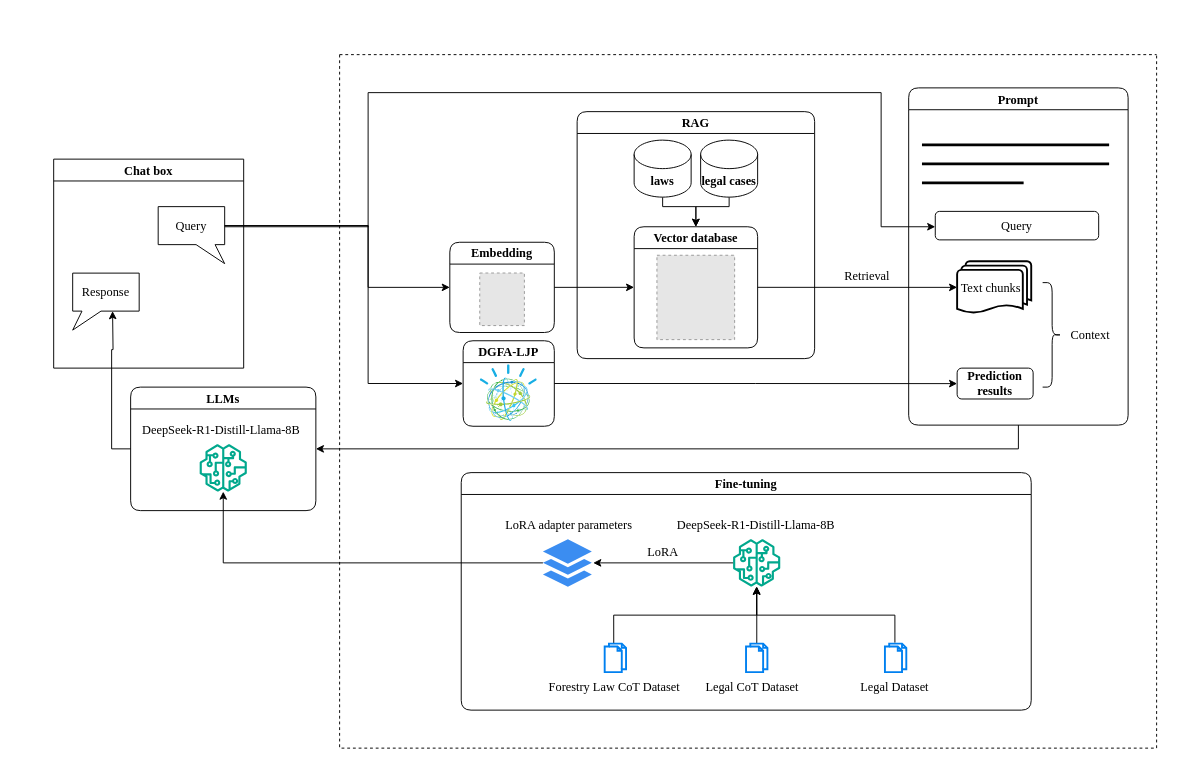
Earlier version of the draw.io diagram 未命名绘图.drawio (ArThur-Te/2025-21408). Source tidied: cells renumbered, new cells numbered last; positions are measured from the earlier drawing's top-left corner, leaving out a move shared by most shapes. Both pictures are drawn from the tidied source at 95%, with x=0, y=0 at pixel (16, 16). Pictures stored in the file or linked from it are replaced by grey dashed boxes.
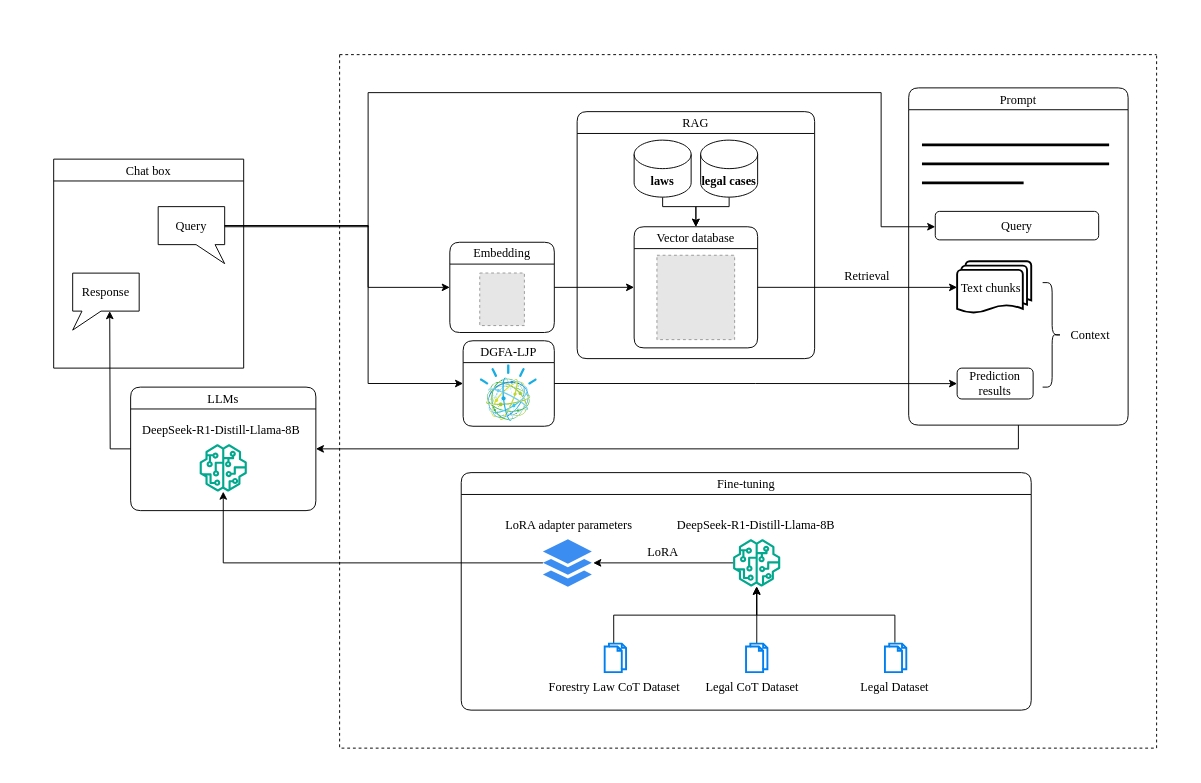
Above is the later version.

Commit message (it also covers changes not shown here):
更新未命名绘图.drawio

Unchanged cells that the change refers to:
```xml
<mxCell id="5" style="swimlane;startSize=0;dashed=1;fontFamily=Times New Roman;fontSize=13;" parent="1" vertex="1">
  <mxGeometry x="340" y="40" width="860" height="730" as="geometry" />
</mxCell>
<mxCell id="12" style="swimlane;startSize=0;strokeWidth=0;strokeColor=none;fontFamily=Times New Roman;fontSize=13;" parent="1" vertex="1">
  <mxGeometry width="1230" height="790" as="geometry" />
</mxCell>
```

What changed in the source:
```diff
@@
-    <mxCell id="2" value="Chat box" style="swimlane;whiteSpace=wrap;html=1;fontFamily=Times New Roman;fontSize=13;" parent="1" vertex="1">
+    <mxCell id="2" value="&lt;span style=&quot;font-weight: normal;&quot;&gt;Chat box&lt;/span&gt;" style="swimlane;whiteSpace=wrap;html=1;fontFamily=Times New Roman;fontSize=13;" parent="1" vertex="1">
       <mxGeometry x="39" y="150" width="200" height="220" as="geometry" />
     </mxCell>
@@
-    <mxCell id="6" value="Prompt" style="swimlane;whiteSpace=wrap;html=1;rounded=1;glass=0;fontFamily=Times New Roman;fontSize=13;" parent="5" vertex="1">
+    <mxCell id="6" value="&lt;span style=&quot;font-weight: normal;&quot;&gt;Prompt&lt;/span&gt;" style="swimlane;whiteSpace=wrap;html=1;rounded=1;glass=0;fontFamily=Times New Roman;fontSize=13;" parent="5" vertex="1">
       <mxGeometry x="599" y="35" width="231" height="355" as="geometry" />
     </mxCell>
@@
-    <mxCell id="14" value="DGFA-LJP" style="swimlane;whiteSpace=wrap;html=1;rounded=1;glass=0;fontFamily=Times New Roman;fontSize=13;" parent="12" vertex="1">
+    <mxCell id="14" value="&lt;span style=&quot;font-weight: normal;&quot;&gt;DGFA-LJP&lt;/span&gt;" style="swimlane;whiteSpace=wrap;html=1;rounded=1;glass=0;fontFamily=Times New Roman;fontSize=13;startSize=23;" parent="12" vertex="1">
       <mxGeometry x="470" y="341.2" width="96" height="90" as="geometry" />
     </mxCell>
@@
-    <mxCell id="16" value="RAG" style="swimlane;whiteSpace=wrap;html=1;rounded=1;glass=0;fontFamily=Times New Roman;fontSize=13;" parent="12" vertex="1">
+    <mxCell id="16" value="&lt;span style=&quot;font-weight: normal;&quot;&gt;RAG&lt;/span&gt;" style="swimlane;whiteSpace=wrap;html=1;rounded=1;glass=0;fontFamily=Times New Roman;fontSize=13;startSize=23;" parent="12" vertex="1">
       <mxGeometry x="590" y="100" width="250" height="260" as="geometry" />
     </mxCell>
-    <mxCell id="17" value="Vector database" style="swimlane;whiteSpace=wrap;html=1;rounded=1;glass=0;fontFamily=Times New Roman;fontSize=13;" parent="16" vertex="1">
+    <mxCell id="17" value="&lt;span style=&quot;font-weight: normal;&quot;&gt;Vector database&lt;/span&gt;" style="swimlane;whiteSpace=wrap;html=1;rounded=1;glass=0;fontFamily=Times New Roman;fontSize=13;" parent="16" vertex="1">
       <mxGeometry x="60" y="121.2" width="130" height="127.5" as="geometry" />
     </mxCell>
@@
-    <mxCell id="23" value="Prediction results" style="whiteSpace=wrap;html=1;fontStyle=1;startSize=23;rounded=1;glass=0;fontFamily=Times New Roman;fontSize=13;" parent="12" vertex="1">
+    <mxCell id="23" value="&lt;span style=&quot;font-weight: normal;&quot;&gt;Prediction results&lt;/span&gt;" style="whiteSpace=wrap;html=1;fontStyle=1;startSize=23;rounded=1;glass=0;fontFamily=Times New Roman;fontSize=13;" parent="12" vertex="1">
       <mxGeometry x="990" y="370" width="80" height="32.5" as="geometry" />
     </mxCell>
@@
-    <mxCell id="26" value="Embedding" style="swimlane;whiteSpace=wrap;html=1;rounded=1;glass=0;fontFamily=Times New Roman;fontSize=13;" parent="12" vertex="1">
+    <mxCell id="26" value="&lt;span style=&quot;font-weight: normal;&quot;&gt;Embedding&lt;/span&gt;" style="swimlane;whiteSpace=wrap;html=1;rounded=1;glass=0;fontFamily=Times New Roman;fontSize=13;" parent="12" vertex="1">
       <mxGeometry x="456" y="237.5" width="110" height="95" as="geometry" />
     </mxCell>
@@
-    <mxCell id="31" value="LLMs" style="swimlane;whiteSpace=wrap;html=1;rounded=1;glass=0;fontFamily=Times New Roman;fontSize=13;startSize=23;" parent="12" vertex="1">
+    <mxCell id="31" value="&lt;span style=&quot;font-weight: normal;&quot;&gt;LLMs&lt;/span&gt;" style="swimlane;whiteSpace=wrap;html=1;rounded=1;glass=0;fontFamily=Times New Roman;fontSize=13;startSize=23;" parent="12" vertex="1">
       <mxGeometry x="120" y="390" width="195" height="130" as="geometry" />
     </mxCell>
@@
-    <mxCell id="35" value="Fine-tuning" style="swimlane;whiteSpace=wrap;html=1;rounded=1;glass=0;fontFamily=Times New Roman;fontSize=13;startSize=23;" parent="12" vertex="1">
+    <mxCell id="35" value="&lt;span style=&quot;font-weight: normal;&quot;&gt;Fine-tuning&lt;/span&gt;" style="swimlane;whiteSpace=wrap;html=1;rounded=1;glass=0;fontFamily=Times New Roman;fontSize=13;startSize=23;" parent="12" vertex="1">
       <mxGeometry x="468" y="480" width="600" height="250" as="geometry" />
     </mxCell>
@@
-    <mxCell id="54" style="edgeStyle=orthogonalEdgeStyle;rounded=0;jettySize=auto;html=1;exitX=0;exitY=0.5;exitDx=0;exitDy=0;fontFamily=Times New Roman;fontSize=13;" parent="1" edge="1" source="31">
-      <mxGeometry relative="1" as="geometry">
-        <mxPoint x="101" y="310" as="targetPoint" />
-      </mxGeometry>
-    </mxCell>
@@
+    <mxCell id="56" style="edgeStyle=orthogonalEdgeStyle;rounded=0;jettySize=auto;html=1;exitX=0;exitY=0.5;exitDx=0;exitDy=0;" parent="1" edge="1" source="31">
+      <mxGeometry relative="1" as="geometry">
+        <mxPoint x="98" y="310" as="targetPoint" />
+      </mxGeometry>
+    </mxCell>
```
